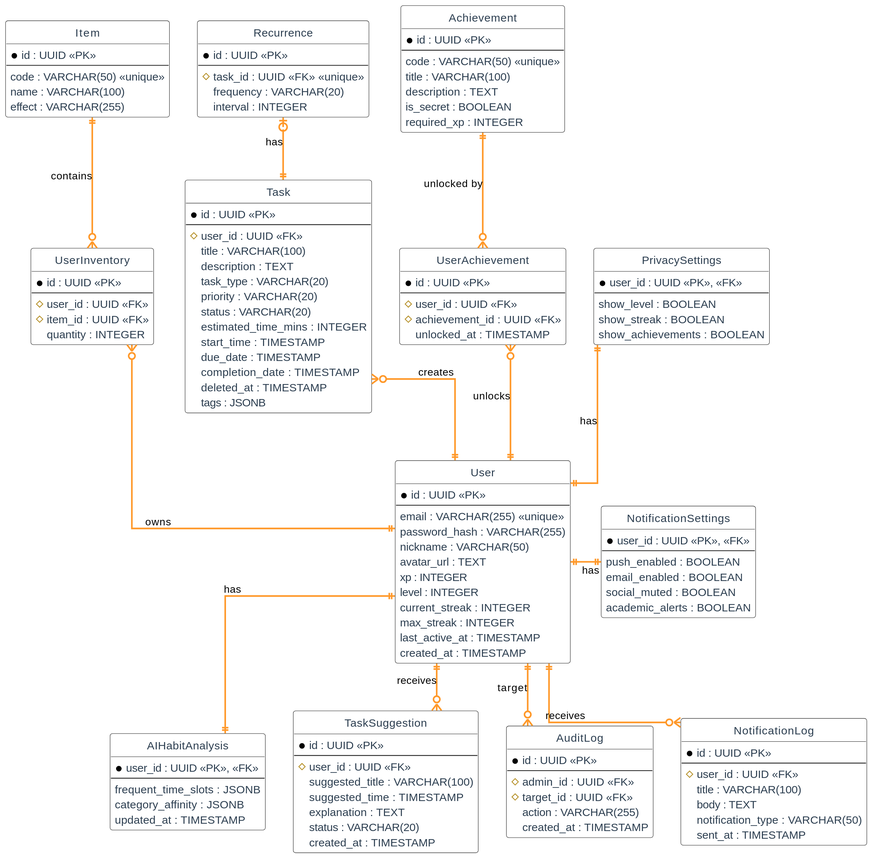
The PlantUML diagram docs/database/assets/er_diagram.svg in BerlyCS/AlToke, before a commit. The source it was exported from:
```plantuml
@startuml
<style>
classDiagram {
  class {
    BackgroundColor #FFFFFF
    BorderColor #2C3E50
    FontColor #2C3E50
    RoundCorner 6
    BorderThickness 1.5
    HeaderBackgroundColor #ECF0F1
    HeaderFontColor #2980B9
    HeaderFontStyle bold
  }
  arrow {
    LineColor #FF9829
    LineThickness 2.0
  }
}
</style>

hide circle
skinparam dpi 600
skinparam linetype ortho
skinparam shadowing false

!define PK <<PK>>
!define FK <<FK>>
!define UQ <<unique>>

entity User {
  *id : UUID PK
  --
  email : VARCHAR(255) UQ
  password_hash : VARCHAR(255)
  nickname : VARCHAR(50)
  avatar_url : TEXT
  xp : INTEGER
  level : INTEGER
  current_streak : INTEGER
  max_streak : INTEGER
  last_active_at : TIMESTAMP
  created_at : TIMESTAMP
}

entity PrivacySettings {
  *user_id : UUID PK, FK
  --
  show_level : BOOLEAN
  show_streak : BOOLEAN
  show_achievements : BOOLEAN
}

entity NotificationSettings {
  *user_id : UUID PK, FK
  --
  push_enabled : BOOLEAN
  email_enabled : BOOLEAN
  social_muted : BOOLEAN
  academic_alerts : BOOLEAN
}

entity Task {
  *id : UUID PK
  --
  #user_id : UUID FK
  title : VARCHAR(100)
  description : TEXT
  task_type : VARCHAR(20)
  priority : VARCHAR(20)
  status : VARCHAR(20)
  estimated_time_mins : INTEGER
  start_time : TIMESTAMP
  due_date : TIMESTAMP
  completion_date : TIMESTAMP
  deleted_at : TIMESTAMP
  tags : JSONB
}

entity Recurrence {
  *id : UUID PK
  --
  #task_id : UUID FK UQ
  frequency : VARCHAR(20)
  interval : INTEGER
}

entity Achievement {
  *id : UUID PK
  --
  code : VARCHAR(50) UQ
  title : VARCHAR(100)
  description : TEXT
  is_secret : BOOLEAN
  required_xp : INTEGER
}

entity UserAchievement {
  *id : UUID PK
  --
  #user_id : UUID FK
  #achievement_id : UUID FK
  unlocked_at : TIMESTAMP
}

entity Item {
  *id : UUID PK
  --
  code : VARCHAR(50) UQ
  name : VARCHAR(100)
  effect : VARCHAR(255)
}

entity UserInventory {
  *id : UUID PK
  --
  #user_id : UUID FK
  #item_id : UUID FK
  quantity : INTEGER
}

entity AIHabitAnalysis {
  *user_id : UUID PK, FK
  --
  frequent_time_slots : JSONB
  category_affinity : JSONB
  updated_at : TIMESTAMP
}

entity TaskSuggestion {
  *id : UUID PK
  --
  #user_id : UUID FK
  suggested_title : VARCHAR(100)
  suggested_time : TIMESTAMP
  explanation : TEXT
  status : VARCHAR(20)
  created_at : TIMESTAMP
}

entity AuditLog {
  *id : UUID PK
  --
  #admin_id : UUID FK
  #target_id : UUID FK
  action : VARCHAR(255)
  created_at : TIMESTAMP
}

entity NotificationLog {
  *id : UUID PK
  --
  #user_id : UUID FK
  title : VARCHAR(100)
  body : TEXT
  notification_type : VARCHAR(50)
  sent_at : TIMESTAMP
}

User ||-l-|| PrivacySettings : "has"
User ||-r-|| NotificationSettings : "has"
User ||-u-o{ Task : "creates"
Task ||-u-o| Recurrence : "has"
User ||-u-o{ UserAchievement : "unlocks"
Achievement ||--o{ UserAchievement : "unlocked by"
User ||-u-o{ UserInventory : "owns"
Item ||--o{ UserInventory : "contains"
User ||--|| AIHabitAnalysis : "has"
User ||--o{ TaskSuggestion : "receives"
User ||--o{ AuditLog : "target"
User ||--o{ NotificationLog : "receives"



Item -[hidden]r-> Recurrence
Task -[hidden]r-> UserAchievement
PrivacySettings -[hidden]d-> NotificationSettings
@enduml
```
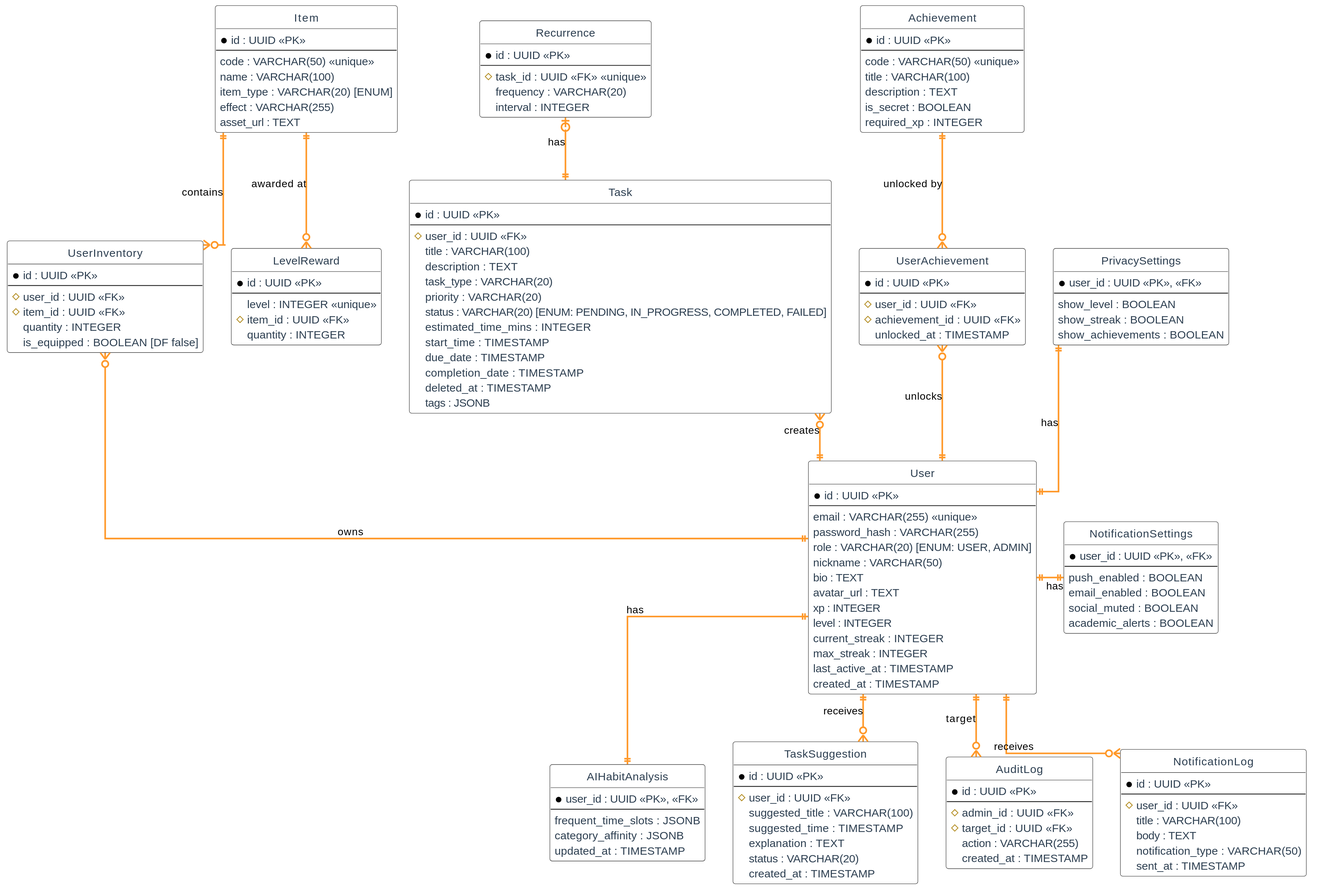
The same file after the commit.

Commit message:
docs: update database diagram

Diff of the diagram source:
```diff
@@ -32,7 +32,9 @@
   --
   email : VARCHAR(255) UQ
   password_hash : VARCHAR(255)
+  role : VARCHAR(20) [ENUM: USER, ADMIN]
   nickname : VARCHAR(50)
+  bio : TEXT
   avatar_url : TEXT
   xp : INTEGER
   level : INTEGER
@@ -67,7 +69,7 @@
   description : TEXT
   task_type : VARCHAR(20)
   priority : VARCHAR(20)
-  status : VARCHAR(20)
+  status : VARCHAR(20) [ENUM: PENDING, IN_PROGRESS, COMPLETED, FAILED]
   estimated_time_mins : INTEGER
   start_time : TIMESTAMP
   due_date : TIMESTAMP
@@ -107,7 +109,17 @@
   --
   code : VARCHAR(50) UQ
   name : VARCHAR(100)
+  item_type : VARCHAR(20) [ENUM]
   effect : VARCHAR(255)
+  asset_url : TEXT
+}
+
+entity LevelReward {
+  *id : UUID PK
+  --
+  level : INTEGER UQ
+  #item_id : UUID FK
+  quantity : INTEGER
 }
 
 entity UserInventory {
@@ -116,6 +128,7 @@
   #user_id : UUID FK
   #item_id : UUID FK
   quantity : INTEGER
+  is_equipped : BOOLEAN [DF false]
 }
 
 entity AIHabitAnalysis {
@@ -164,6 +177,7 @@
 Achievement ||--o{ UserAchievement : "unlocked by"
 User ||-u-o{ UserInventory : "owns"
 Item ||--o{ UserInventory : "contains"
+Item ||--o{ LevelReward : "awarded at"
 User ||--|| AIHabitAnalysis : "has"
 User ||--o{ TaskSuggestion : "receives"
 User ||--o{ AuditLog : "target"
```
